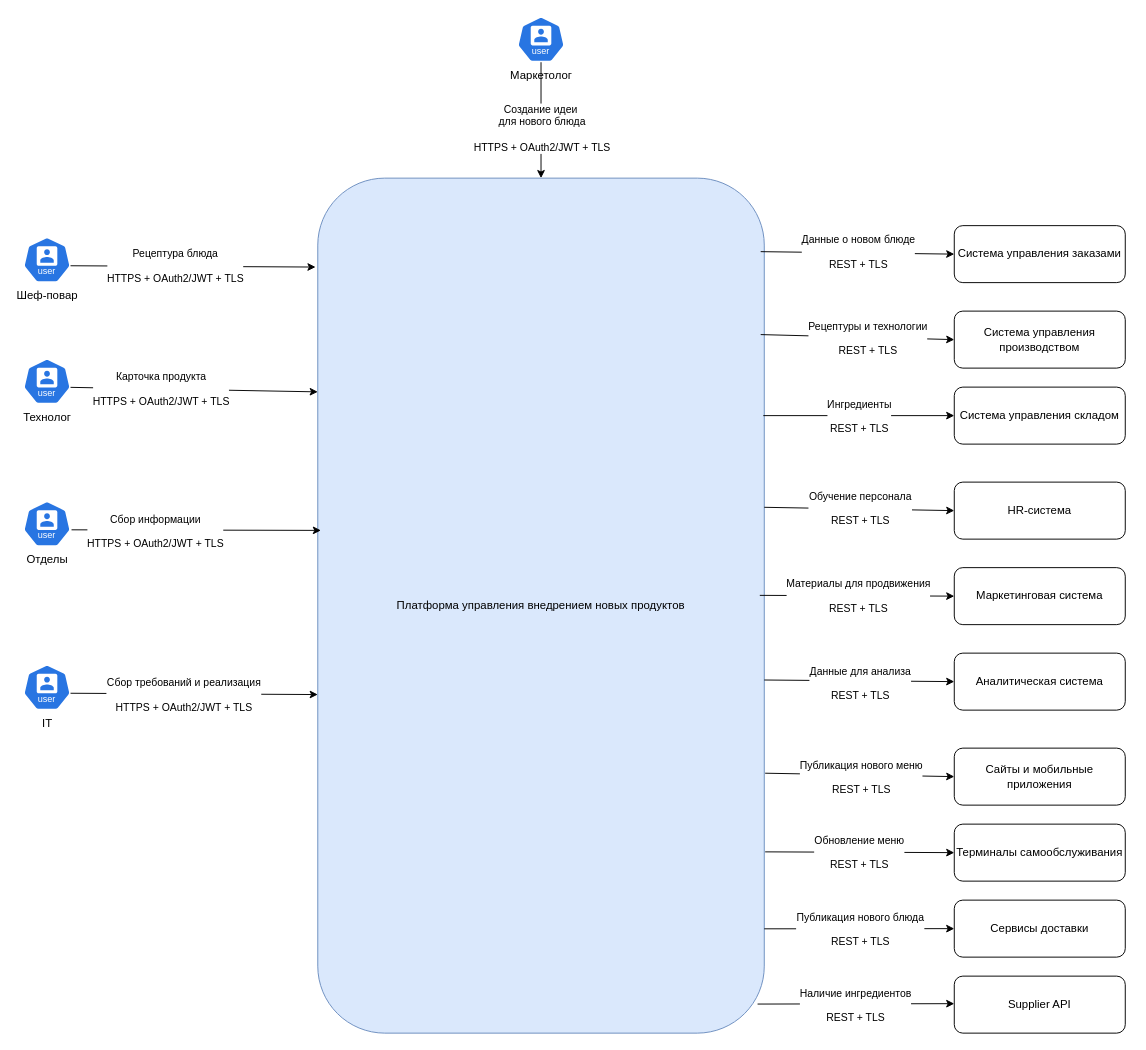
Earlier version of the draw.io diagram page "C1" (1 of 3) of Documentation/Diagrams/Architecture.drawio (Romich177/otus_project_work). Source tidied: cells renumbered, new cells numbered last; positions are measured from the earlier drawing's top-left corner, leaving out a move shared by most shapes. Both pictures are drawn from the tidied source at 95%, with x=0, y=0 at pixel (23, 16).
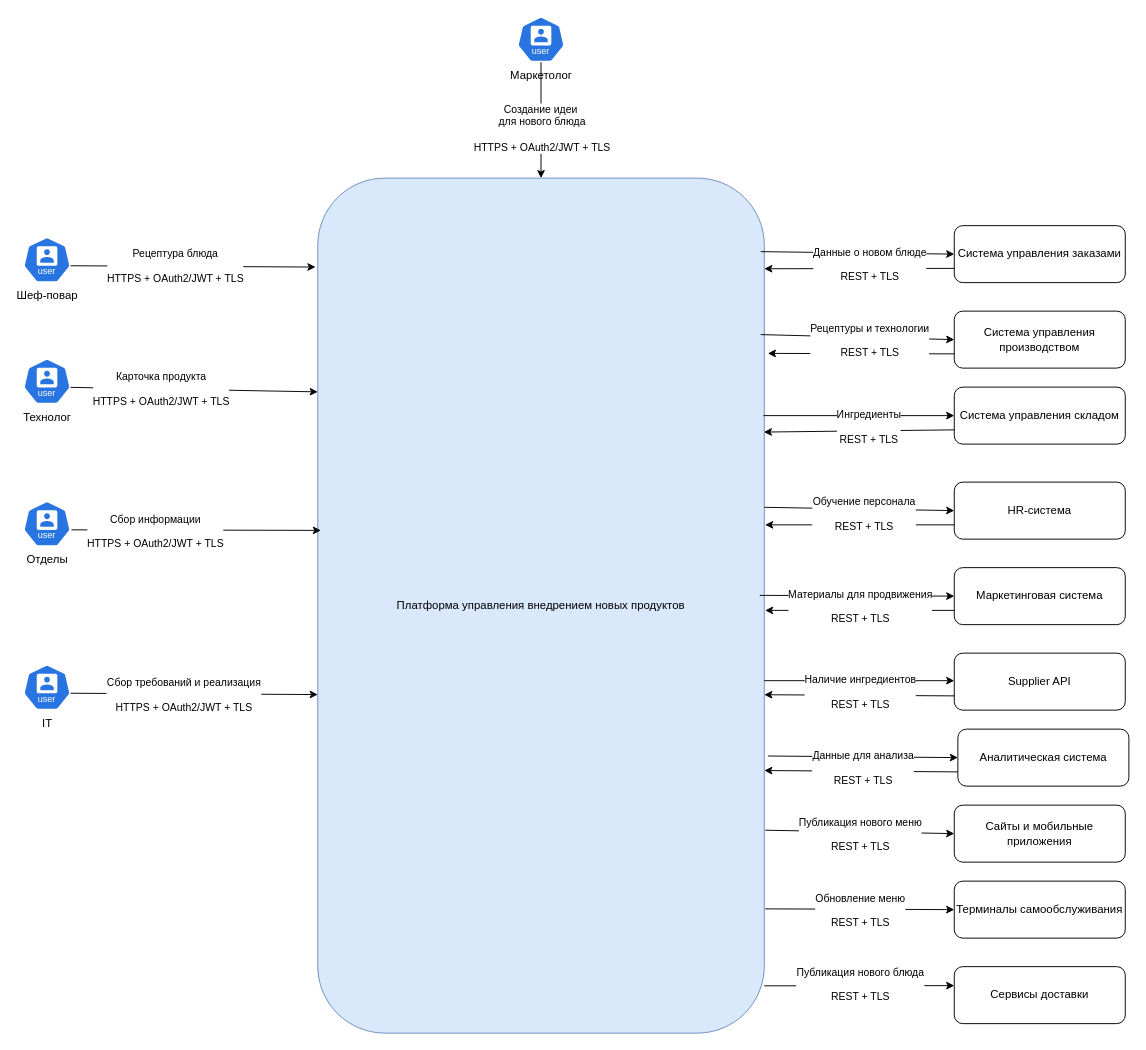
The same page after the edit.

The change refers to these unchanged cells:
```xml
<mxCell id="2" value="Платформа управления внедрением новых продуктов" style="rounded=1;whiteSpace=wrap;html=1;fillColor=#dae8fc;strokeColor=#6c8ebf;" parent="1" vertex="1">
  <mxGeometry x="310" y="170" width="470" height="900" as="geometry" />
</mxCell>
<mxCell id="3" value="Система управления производством" style="rounded=1;whiteSpace=wrap;html=1;" parent="1" vertex="1">
  <mxGeometry x="980" y="310" width="180" height="60" as="geometry" />
</mxCell>
<mxCell id="4" value="Система управления складом" style="rounded=1;whiteSpace=wrap;html=1;" parent="1" vertex="1">
  <mxGeometry x="980" y="390" width="180" height="60" as="geometry" />
</mxCell>
<mxCell id="5" value="HR-система" style="rounded=1;whiteSpace=wrap;html=1;" parent="1" vertex="1">
  <mxGeometry x="980" y="490" width="180" height="60" as="geometry" />
</mxCell>
<mxCell id="6" value="Маркетинговая система" style="rounded=1;whiteSpace=wrap;html=1;" parent="1" vertex="1">
  <mxGeometry x="980" y="580" width="180" height="60" as="geometry" />
</mxCell>
<mxCell id="27" value="Система управления заказами" style="rounded=1;whiteSpace=wrap;html=1;" parent="1" vertex="1">
  <mxGeometry x="980" y="220" width="180" height="60" as="geometry" />
</mxCell>
<mxCell id="28" style="endArrow=classic;html=1;rounded=0;exitX=0.992;exitY=0.086;exitDx=0;exitDy=0;exitPerimeter=0;entryX=0;entryY=0.5;entryDx=0;entryDy=0;" parent="1" edge="1" source="2" target="27">
  <mxGeometry relative="1" as="geometry" />
</mxCell>
```

Diff of the diagram source:
```diff
@@
     <mxCell id="7" value="Аналитическая система" style="rounded=1;whiteSpace=wrap;html=1;" parent="1" vertex="1">
-      <mxGeometry x="980" y="670" width="180" height="60" as="geometry" />
+      <mxGeometry x="983.8" y="750" width="180" height="60" as="geometry" />
     </mxCell>
     <mxCell id="8" value="Сайты и мобильные приложения" style="rounded=1;whiteSpace=wrap;html=1;" parent="1" vertex="1">
-      <mxGeometry x="980" y="770" width="180" height="60" as="geometry" />
+      <mxGeometry x="980" y="830" width="180" height="60" as="geometry" />
     </mxCell>
     <mxCell id="9" value="Терминалы самообслуживания" style="rounded=1;whiteSpace=wrap;html=1;" parent="1" vertex="1">
-      <mxGeometry x="980" y="850" width="180" height="60" as="geometry" />
+      <mxGeometry x="980" y="910" width="180" height="60" as="geometry" />
     </mxCell>
     <mxCell id="10" value="Сервисы доставки" style="rounded=1;whiteSpace=wrap;html=1;" parent="1" vertex="1">
-      <mxGeometry x="980" y="930" width="180" height="60" as="geometry" />
+      <mxGeometry x="980" y="1000" width="180" height="60" as="geometry" />
     </mxCell>
     <mxCell id="11" value="Supplier API" style="rounded=1;whiteSpace=wrap;html=1;" parent="1" vertex="1">
-      <mxGeometry x="980" y="1010" width="180" height="60" as="geometry" />
+      <mxGeometry x="980" y="670" width="180" height="60" as="geometry" />
     </mxCell>
@@
+    <mxCell id="30" style="endArrow=classic;html=1;rounded=0;entryX=0;entryY=0.5;entryDx=0;entryDy=0;exitX=0.992;exitY=0.183;exitDx=0;exitDy=0;exitPerimeter=0;" parent="1" edge="1" source="2" target="3">
+      <mxGeometry relative="1" as="geometry">
+        <Array as="points">
+          <mxPoint x="980" y="340" />
+        </Array>
+      </mxGeometry>
+    </mxCell>
+    <mxCell id="32" style="endArrow=classic;html=1;rounded=0;entryX=0;entryY=0.5;entryDx=0;entryDy=0;" parent="1" edge="1" target="4">
+      <mxGeometry relative="1" as="geometry">
+        <mxPoint x="779" y="420" as="sourcePoint" />
+      </mxGeometry>
+    </mxCell>
+    <mxCell id="34" style="endArrow=classic;html=1;rounded=0;entryX=0;entryY=0.5;entryDx=0;entryDy=0;exitX=1;exitY=0.385;exitDx=0;exitDy=0;exitPerimeter=0;" parent="1" edge="1" source="2" target="5">
+      <mxGeometry relative="1" as="geometry" />
+    </mxCell>
+    <mxCell id="36" style="endArrow=classic;html=1;rounded=0;exitX=0.99;exitY=0.488;exitDx=0;exitDy=0;entryX=0;entryY=0.5;entryDx=0;entryDy=0;exitPerimeter=0;" parent="1" edge="1" source="2" target="6">
+      <mxGeometry relative="1" as="geometry" />
+    </mxCell>
+    <mxCell id="38" style="endArrow=classic;html=1;rounded=0;exitX=1;exitY=0.587;exitDx=0;exitDy=0;entryX=0;entryY=0.5;entryDx=0;entryDy=0;exitPerimeter=0;" parent="1" edge="1" target="7">
+      <mxGeometry relative="1" as="geometry">
+        <mxPoint x="783.8" y="778.3" as="sourcePoint" />
+      </mxGeometry>
+    </mxCell>
+    <mxCell id="40" style="endArrow=classic;html=1;rounded=0;exitX=1.002;exitY=0.696;exitDx=0;exitDy=0;entryX=0;entryY=0.5;entryDx=0;entryDy=0;exitPerimeter=0;" parent="1" edge="1" target="8">
+      <mxGeometry relative="1" as="geometry">
+        <mxPoint x="780.9" y="856.4" as="sourcePoint" />
+      </mxGeometry>
+    </mxCell>
+    <mxCell id="42" style="endArrow=classic;html=1;rounded=0;exitX=1.002;exitY=0.788;exitDx=0;exitDy=0;entryX=0;entryY=0.5;entryDx=0;entryDy=0;exitPerimeter=0;" parent="1" edge="1" target="9">
+      <mxGeometry relative="1" as="geometry">
+        <mxPoint x="780.9" y="939.2" as="sourcePoint" />
+      </mxGeometry>
+    </mxCell>
+    <mxCell id="44" style="endArrow=classic;html=1;rounded=0;exitX=1;exitY=0.878;exitDx=0;exitDy=0;entryX=0;entryY=0.5;entryDx=0;entryDy=0;exitPerimeter=0;" parent="1" edge="1">
+      <mxGeometry relative="1" as="geometry">
+        <mxPoint x="780" y="1020.2" as="sourcePoint" />
+        <mxPoint x="980" y="1020" as="targetPoint" />
+      </mxGeometry>
+    </mxCell>
+    <mxCell id="46" style="endArrow=classic;html=1;rounded=0;" parent="1" edge="1">
+      <mxGeometry relative="1" as="geometry">
+        <mxPoint x="780" y="699" as="sourcePoint" />
+        <mxPoint x="980" y="699" as="targetPoint" />
+      </mxGeometry>
+    </mxCell>
+    <mxCell id="48" style="endArrow=classic;html=1;rounded=0;exitX=0;exitY=0.75;exitDx=0;exitDy=0;" parent="1" edge="1" source="5">
+      <mxGeometry relative="1" as="geometry">
+        <mxPoint x="780.9" y="535" as="targetPoint" />
+      </mxGeometry>
+    </mxCell>
+    <mxCell id="49" style="endArrow=classic;html=1;rounded=0;entryX=1.008;entryY=0.205;entryDx=0;entryDy=0;entryPerimeter=0;exitX=0;exitY=0.75;exitDx=0;exitDy=0;" parent="1" edge="1" source="3" target="2">
+      <mxGeometry relative="1" as="geometry" />
+    </mxCell>
+    <mxCell id="50" style="endArrow=classic;html=1;rounded=0;exitX=0;exitY=0.75;exitDx=0;exitDy=0;strokeColor=default;" parent="1" edge="1" source="27">
+      <mxGeometry relative="1" as="geometry">
+        <mxPoint x="780" y="265.4" as="targetPoint" />
+      </mxGeometry>
+    </mxCell>
+    <mxCell id="51" style="endArrow=classic;html=1;rounded=0;exitX=0;exitY=0.75;exitDx=0;exitDy=0;" parent="1" edge="1" source="6">
+      <mxGeometry relative="1" as="geometry">
+        <mxPoint x="780.9" y="625" as="targetPoint" />
+      </mxGeometry>
+    </mxCell>
+    <mxCell id="52" style="endArrow=classic;html=1;rounded=0;entryX=0.999;entryY=0.297;entryDx=0;entryDy=0;entryPerimeter=0;exitX=0;exitY=0.75;exitDx=0;exitDy=0;" parent="1" edge="1" source="4" target="2">
+      <mxGeometry relative="1" as="geometry" />
+    </mxCell>
+    <mxCell id="53" style="endArrow=classic;html=1;rounded=0;entryX=0.992;entryY=0.604;entryDx=0;entryDy=0;entryPerimeter=0;exitX=0;exitY=0.75;exitDx=0;exitDy=0;" parent="1" edge="1" source="7">
+      <mxGeometry relative="1" as="geometry">
+        <mxPoint x="780" y="793.6" as="targetPoint" />
+      </mxGeometry>
+    </mxCell>
-    <mxCell id="29" value="Данные о новом блюде&lt;br&gt;&lt;br&gt;REST + TLS" style="edgeLabel;html=1;align=center;verticalAlign=middle;" parent="28" vertex="1">
-      <mxGeometry x="-0.48" y="3" relative="1" as="geometry">
-        <mxPoint x="49" y="2" as="offset" />
-      </mxGeometry>
+    <mxCell id="29" value="Данные о новом блюде&lt;br&gt;&lt;br&gt;REST + TLS" style="edgeLabel;html=1;align=center;verticalAlign=middle;" parent="1" vertex="1">
+      <mxGeometry x="890" y="260" as="geometry" />
     </mxCell>
-    <mxCell id="30" style="endArrow=classic;html=1;rounded=0;entryX=0;entryY=0.5;entryDx=0;entryDy=0;exitX=0.992;exitY=0.183;exitDx=0;exitDy=0;exitPerimeter=0;" parent="1" edge="1" source="2" target="3">
-      <mxGeometry relative="1" as="geometry" />
-    </mxCell>
-    <mxCell id="31" value="Рецептуры и технологии&lt;br&gt;&lt;br&gt;REST + TLS" style="edgeLabel;html=1;align=center;verticalAlign=middle;" parent="30" vertex="1">
-      <mxGeometry x="-0.2" y="-1" relative="1" as="geometry">
-        <mxPoint x="30" y="1" as="offset" />
-      </mxGeometry>
+    <mxCell id="31" value="Рецептуры и технологии&lt;br&gt;&lt;br&gt;REST + TLS" style="edgeLabel;html=1;align=center;verticalAlign=middle;" parent="1" vertex="1">
+      <mxGeometry x="890" y="340" as="geometry" />
     </mxCell>
-    <mxCell id="32" style="endArrow=classic;html=1;rounded=0;entryX=0;entryY=0.5;entryDx=0;entryDy=0;" parent="1" edge="1" target="4">
-      <mxGeometry relative="1" as="geometry">
-        <mxPoint x="779" y="420" as="sourcePoint" />
-      </mxGeometry>
-    </mxCell>
-    <mxCell id="33" value="Ингредиенты&lt;br&gt;&lt;br&gt;REST + TLS" style="edgeLabel;html=1;align=center;verticalAlign=middle;" parent="32" vertex="1">
-      <mxGeometry x="-0.2" y="-1" relative="1" as="geometry">
-        <mxPoint x="20" y="-1" as="offset" />
+    <mxCell id="33" value="Ингредиенты&lt;br&gt;&lt;br&gt;REST + TLS" style="edgeLabel;html=1;align=center;verticalAlign=middle;" parent="1" vertex="1">
+      <mxGeometry x="870" y="430" as="geometry">
+        <mxPoint x="19" y="1" as="offset" />
       </mxGeometry>
     </mxCell>
-    <mxCell id="34" style="endArrow=classic;html=1;rounded=0;entryX=0;entryY=0.5;entryDx=0;entryDy=0;exitX=1;exitY=0.385;exitDx=0;exitDy=0;exitPerimeter=0;" parent="1" edge="1" source="2" target="5">
-      <mxGeometry relative="1" as="geometry" />
-    </mxCell>
-    <mxCell id="35" value="Обучение персонала&lt;br&gt;&lt;br&gt;REST + TLS" style="edgeLabel;html=1;align=center;verticalAlign=middle;" parent="34" vertex="1">
-      <mxGeometry x="-0.2" y="-1" relative="1" as="geometry">
-        <mxPoint x="21" y="-1" as="offset" />
+    <mxCell id="35" value="Обучение персонала&lt;br&gt;&lt;br&gt;REST + TLS" style="edgeLabel;html=1;align=center;verticalAlign=middle;" parent="1" vertex="1">
+      <mxGeometry x="900" y="530" as="geometry">
+        <mxPoint x="-16" y="-7" as="offset" />
       </mxGeometry>
     </mxCell>
-    <mxCell id="36" style="endArrow=classic;html=1;rounded=0;exitX=0.99;exitY=0.488;exitDx=0;exitDy=0;entryX=0;entryY=0.5;entryDx=0;entryDy=0;exitPerimeter=0;" parent="1" edge="1" source="2" target="6">
-      <mxGeometry relative="1" as="geometry" />
-    </mxCell>
-    <mxCell id="37" value="Материалы для продвижения&lt;br&gt;&lt;br&gt;REST + TLS" style="edgeLabel;html=1;align=center;verticalAlign=middle;" parent="36" vertex="1">
-      <mxGeometry x="-0.2" y="-1" relative="1" as="geometry">
-        <mxPoint x="21" y="-1" as="offset" />
-      </mxGeometry>
+    <mxCell id="37" value="Материалы для продвижения&lt;br&gt;&lt;br&gt;REST + TLS" style="edgeLabel;html=1;align=center;verticalAlign=middle;" parent="1" vertex="1">
+      <mxGeometry x="880" y="620" as="geometry" />
     </mxCell>
-    <mxCell id="38" style="endArrow=classic;html=1;rounded=0;exitX=1;exitY=0.587;exitDx=0;exitDy=0;entryX=0;entryY=0.5;entryDx=0;entryDy=0;exitPerimeter=0;" parent="1" edge="1" source="2" target="7">
-      <mxGeometry relative="1" as="geometry" />
-    </mxCell>
-    <mxCell id="39" value="Данные для анализа&lt;br&gt;&lt;br&gt;REST + TLS" style="edgeLabel;html=1;align=center;verticalAlign=middle;" parent="38" vertex="1">
-      <mxGeometry x="-0.2" y="-1" relative="1" as="geometry">
-        <mxPoint x="21" y="2" as="offset" />
-      </mxGeometry>
+    <mxCell id="39" value="Данные для анализа&lt;br&gt;&lt;br&gt;REST + TLS" style="edgeLabel;html=1;align=center;verticalAlign=middle;" parent="1" vertex="1">
+      <mxGeometry x="883.8" y="790" as="geometry" />
     </mxCell>
-    <mxCell id="40" style="endArrow=classic;html=1;rounded=0;exitX=1.002;exitY=0.696;exitDx=0;exitDy=0;entryX=0;entryY=0.5;entryDx=0;entryDy=0;exitPerimeter=0;" parent="1" edge="1" source="2" target="8">
-      <mxGeometry relative="1" as="geometry" />
-    </mxCell>
-    <mxCell id="41" value="Публикация нового меню&lt;br&gt;&lt;br&gt;REST + TLS" style="edgeLabel;html=1;align=center;verticalAlign=middle;" parent="40" vertex="1">
-      <mxGeometry x="-0.2" y="-1" relative="1" as="geometry">
-        <mxPoint x="21" y="2" as="offset" />
-      </mxGeometry>
+    <mxCell id="41" value="Публикация нового меню&lt;br&gt;&lt;br&gt;REST + TLS" style="edgeLabel;html=1;align=center;verticalAlign=middle;" parent="1" vertex="1">
+      <mxGeometry x="880" y="860" as="geometry" />
     </mxCell>
-    <mxCell id="42" style="endArrow=classic;html=1;rounded=0;exitX=1.002;exitY=0.788;exitDx=0;exitDy=0;entryX=0;entryY=0.5;entryDx=0;entryDy=0;exitPerimeter=0;" parent="1" edge="1" source="2" target="9">
-      <mxGeometry relative="1" as="geometry" />
-    </mxCell>
+    <mxCell id="54" style="endArrow=classic;html=1;rounded=0;exitX=0;exitY=0.75;exitDx=0;exitDy=0;" parent="1" edge="1" source="11">
+      <mxGeometry relative="1" as="geometry">
+        <mxPoint x="780" y="713.8" as="targetPoint" />
+      </mxGeometry>
+    </mxCell>
-    <mxCell id="43" value="Обновление меню&lt;br&gt;&lt;br&gt;REST + TLS" style="edgeLabel;html=1;align=center;verticalAlign=middle;" parent="42" vertex="1">
-      <mxGeometry x="-0.2" y="-1" relative="1" as="geometry">
-        <mxPoint x="19" y="-1" as="offset" />
-      </mxGeometry>
+    <mxCell id="43" value="Обновление меню&lt;br&gt;&lt;br&gt;REST + TLS" style="edgeLabel;html=1;align=center;verticalAlign=middle;" parent="1" vertex="1">
+      <mxGeometry x="880" y="940" as="geometry" />
     </mxCell>
-    <mxCell id="44" style="endArrow=classic;html=1;rounded=0;exitX=1;exitY=0.878;exitDx=0;exitDy=0;entryX=0;entryY=0.5;entryDx=0;entryDy=0;exitPerimeter=0;" parent="1" edge="1" source="2" target="10">
-      <mxGeometry relative="1" as="geometry" />
-    </mxCell>
-    <mxCell id="45" value="Публикация нового блюда&lt;br&gt;&lt;br&gt;REST + TLS" style="edgeLabel;html=1;align=center;verticalAlign=middle;" parent="44" vertex="1">
-      <mxGeometry x="-0.2" y="-1" relative="1" as="geometry">
-        <mxPoint x="20" y="-1" as="offset" />
+    <mxCell id="45" value="Публикация нового блюда&lt;br&gt;&lt;br&gt;REST + TLS" style="edgeLabel;html=1;align=center;verticalAlign=middle;" parent="1" vertex="1">
+      <mxGeometry x="880" y="1030" as="geometry">
+        <mxPoint y="-12" as="offset" />
       </mxGeometry>
     </mxCell>
-    <mxCell id="46" style="endArrow=classic;html=1;rounded=0;exitX=0.985;exitY=0.966;exitDx=0;exitDy=0;exitPerimeter=0;" parent="1" edge="1" source="2">
-      <mxGeometry relative="1" as="geometry">
-        <mxPoint x="980" y="1039" as="targetPoint" />
-      </mxGeometry>
-    </mxCell>
-    <mxCell id="47" value="Наличие ингредиентов&lt;br&gt;&lt;br&gt;REST + TLS" style="edgeLabel;html=1;align=center;verticalAlign=middle;" parent="46" vertex="1">
-      <mxGeometry x="-0.2" y="-1" relative="1" as="geometry">
-        <mxPoint x="20" as="offset" />
-      </mxGeometry>
+    <mxCell id="47" value="Наличие ингредиентов&lt;br&gt;&lt;br&gt;REST + TLS" style="edgeLabel;html=1;align=center;verticalAlign=middle;" parent="1" vertex="1">
+      <mxGeometry x="880" y="710" as="geometry" />
     </mxCell>
```
